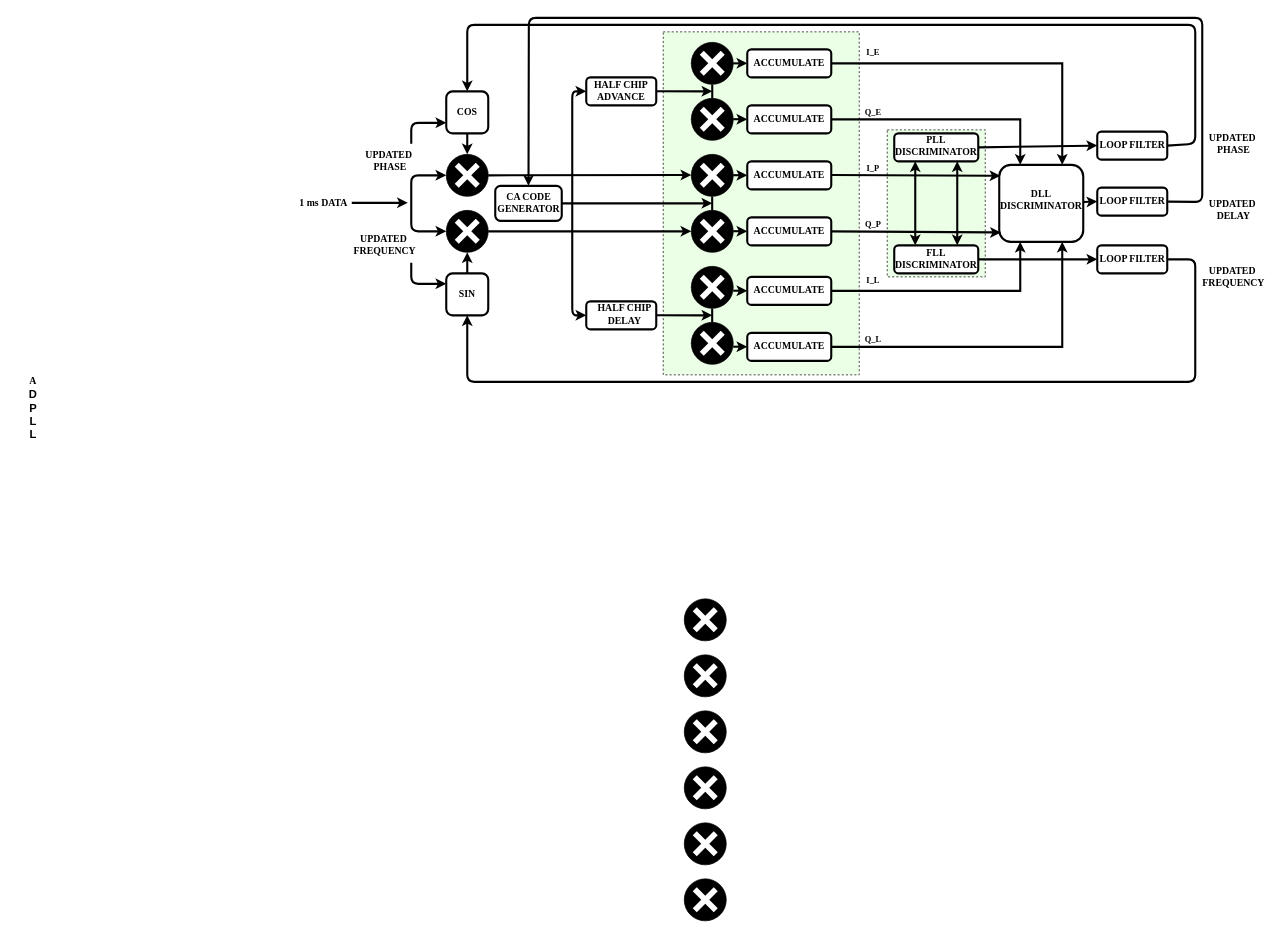
The draw.io diagram Tracking_System_Modified.drawio in Manikanta-IITB/MTP_RnD_Figures, before the edit. Source tidied: cells renumbered, new cells numbered last; positions are measured from the earlier drawing's top-left corner, leaving out a move shared by most shapes. Both pictures are drawn from the tidied source at 70%, with x=0, y=0 at pixel (12, 18).
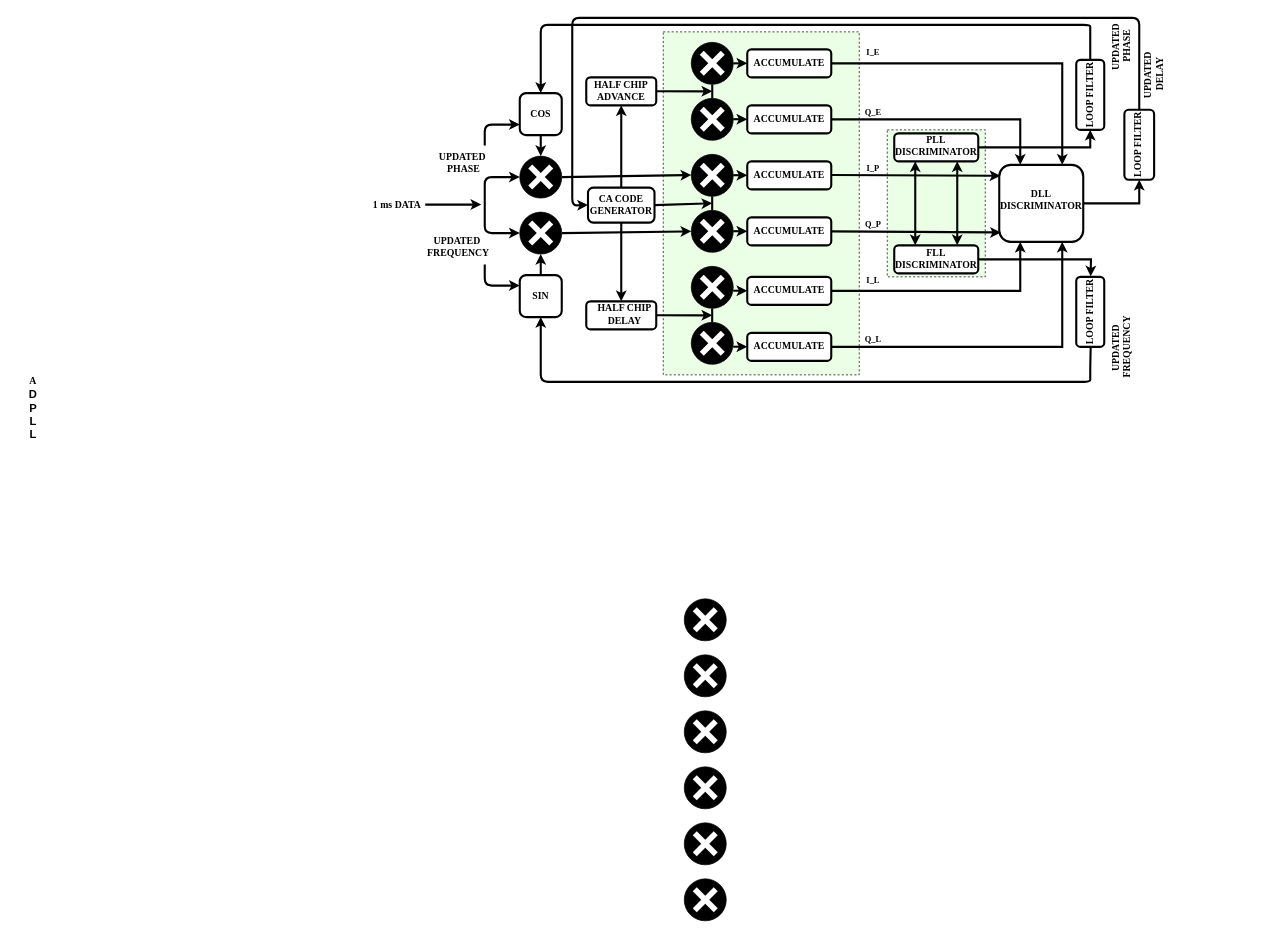
The same page after the edit.

Unchanged cells that the change refers to:
```xml
<mxCell id="4" style="rounded=1;whiteSpace=wrap;html=1;strokeWidth=3;" parent="1" vertex="1">
  <mxGeometry x="820" y="85" width="100" height="40" as="geometry" />
</mxCell>
<mxCell id="15" style="rounded=1;whiteSpace=wrap;html=1;strokeWidth=3;" parent="1" vertex="1">
  <mxGeometry x="1260" y="165" width="120" height="40" as="geometry" />
</mxCell>
<mxCell id="17" style="rounded=1;whiteSpace=wrap;html=1;strokeWidth=3;" parent="1" vertex="1">
  <mxGeometry x="1410" y="210" width="120" height="110" as="geometry" />
</mxCell>
<mxCell id="109" style="rounded=1;whiteSpace=wrap;html=1;strokeWidth=3;" parent="1" vertex="1">
  <mxGeometry x="820" y="405" width="100" height="40" as="geometry" />
</mxCell>
```

Diff of the diagram source:
```diff
@@
     <mxCell id="5" style="rounded=1;whiteSpace=wrap;html=1;strokeWidth=3;" parent="1" vertex="1">
-      <mxGeometry x="690" y="240" width="95" height="50" as="geometry" />
+      <mxGeometry x="822.5" y="242.5" width="95" height="50" as="geometry" />
     </mxCell>
     <mxCell id="6" style="ellipse;whiteSpace=wrap;html=1;fillColor=#000000;" parent="1" vertex="1">
-      <mxGeometry x="620" y="195" width="60" height="60" as="geometry" />
+      <mxGeometry x="725" y="197.5" width="60" height="60" as="geometry" />
     </mxCell>
     <mxCell id="7" style="endArrow=none;html=1;rounded=0;strokeColor=#FFFFFF;strokeWidth=8;" parent="1" edge="1">
       <mxGeometry relative="1" as="geometry">
-        <mxPoint x="635" y="210" as="sourcePoint" />
-        <mxPoint x="665" y="240" as="targetPoint" />
+        <mxPoint x="740" y="212.5" as="sourcePoint" />
+        <mxPoint x="770" y="242.5" as="targetPoint" />
       </mxGeometry>
     </mxCell>
     <mxCell id="8" style="endArrow=none;html=1;rounded=0;strokeColor=#FFFFFF;strokeWidth=8;" parent="1" edge="1">
       <mxGeometry relative="1" as="geometry">
-        <mxPoint x="635" y="240" as="sourcePoint" />
-        <mxPoint x="665" y="210" as="targetPoint" />
+        <mxPoint x="740" y="242.5" as="sourcePoint" />
+        <mxPoint x="770" y="212.5" as="targetPoint" />
       </mxGeometry>
     </mxCell>
     <mxCell id="9" style="ellipse;whiteSpace=wrap;html=1;fillColor=#000000;" parent="1" vertex="1">
-      <mxGeometry x="620" y="275" width="60" height="60" as="geometry" />
+      <mxGeometry x="725" y="277.5" width="60" height="60" as="geometry" />
     </mxCell>
     <mxCell id="10" style="endArrow=none;html=1;rounded=0;strokeColor=#FFFFFF;strokeWidth=8;" parent="1" edge="1">
       <mxGeometry relative="1" as="geometry">
-        <mxPoint x="635" y="290" as="sourcePoint" />
-        <mxPoint x="665" y="320" as="targetPoint" />
+        <mxPoint x="740" y="292.5" as="sourcePoint" />
+        <mxPoint x="770" y="322.5" as="targetPoint" />
       </mxGeometry>
     </mxCell>
     <mxCell id="11" style="endArrow=none;html=1;rounded=0;strokeColor=#FFFFFF;strokeWidth=8;" parent="1" edge="1">
       <mxGeometry relative="1" as="geometry">
-        <mxPoint x="635" y="320" as="sourcePoint" />
-        <mxPoint x="665" y="290" as="targetPoint" />
+        <mxPoint x="740" y="322.5" as="sourcePoint" />
+        <mxPoint x="770" y="292.5" as="targetPoint" />
       </mxGeometry>
     </mxCell>
     <mxCell id="12" style="rounded=1;whiteSpace=wrap;html=1;strokeWidth=3;" parent="1" vertex="1">
-      <mxGeometry x="620" y="105" width="60" height="60" as="geometry" />
+      <mxGeometry x="725" y="107.5" width="60" height="60" as="geometry" />
     </mxCell>
     <mxCell id="13" style="rounded=1;whiteSpace=wrap;html=1;strokeWidth=3;" parent="1" vertex="1">
-      <mxGeometry x="620" y="365" width="60" height="60" as="geometry" />
+      <mxGeometry x="725" y="367.5" width="60" height="60" as="geometry" />
     </mxCell>
@@
-    <mxCell id="18" style="rounded=1;whiteSpace=wrap;html=1;strokeWidth=3;" parent="1" vertex="1">
-      <mxGeometry x="1550" y="162.5" width="100" height="40" as="geometry" />
+    <mxCell id="18" style="rounded=1;whiteSpace=wrap;html=1;strokeWidth=3;rotation=-90;" parent="1" vertex="1">
+      <mxGeometry x="1490" y="90" width="100" height="40" as="geometry" />
     </mxCell>
     <mxCell id="19" style="endArrow=classic;startArrow=classic;html=1;rounded=1;exitX=0;exitY=0.5;exitDx=0;exitDy=0;entryX=0;entryY=0.5;entryDx=0;entryDy=0;strokeWidth=3;curved=0;" parent="1" edge="1" source="9" target="6">
       <mxGeometry relative="1" as="geometry">
         <Array as="points">
-          <mxPoint x="570" y="305" />
-          <mxPoint x="570" y="225" />
+          <mxPoint x="675" y="307.5" />
+          <mxPoint x="675" y="227.5" />
         </Array>
       </mxGeometry>
     </mxCell>
     <mxCell id="20" style="endArrow=classic;html=1;rounded=0;strokeWidth=3;" parent="1" edge="1">
       <mxGeometry relative="1" as="geometry">
-        <mxPoint x="485" y="264.3" as="sourcePoint" />
-        <mxPoint x="565" y="264.3" as="targetPoint" />
+        <mxPoint x="590" y="266.8" as="sourcePoint" />
+        <mxPoint x="670" y="266.8" as="targetPoint" />
       </mxGeometry>
     </mxCell>
     <mxCell id="21" style="endArrow=classic;html=1;rounded=1;entryX=0;entryY=0.75;entryDx=0;entryDy=0;strokeWidth=3;strokeColor=default;curved=0;" parent="1" edge="1" target="12">
       <mxGeometry relative="1" as="geometry">
-        <mxPoint x="570" y="180" as="sourcePoint" />
+        <mxPoint x="675" y="182.5" as="sourcePoint" />
         <Array as="points">
-          <mxPoint x="570" y="150" />
+          <mxPoint x="675" y="152.5" />
         </Array>
       </mxGeometry>
     </mxCell>
     <mxCell id="22" style="endArrow=classic;html=1;rounded=1;entryX=0;entryY=0.25;entryDx=0;entryDy=0;strokeWidth=3;curved=0;" parent="1" edge="1" target="13">
       <mxGeometry relative="1" as="geometry">
-        <mxPoint x="570" y="350" as="sourcePoint" />
+        <mxPoint x="675" y="352.5" as="sourcePoint" />
         <Array as="points">
-          <mxPoint x="570" y="380" />
+          <mxPoint x="675" y="382.5" />
         </Array>
       </mxGeometry>
     </mxCell>
@@
     <mxCell id="32" style="endArrow=classic;html=1;rounded=0;exitX=1;exitY=0.5;exitDx=0;exitDy=0;entryX=0;entryY=0.5;entryDx=0;entryDy=0;strokeWidth=3;" parent="1" edge="1" source="15" target="18">
-      <mxGeometry relative="1" as="geometry" />
+      <mxGeometry relative="1" as="geometry">
+        <Array as="points">
+          <mxPoint x="1540" y="185" />
+        </Array>
+      </mxGeometry>
     </mxCell>
-    <mxCell id="33" style="endArrow=classic;html=1;rounded=0;exitX=1;exitY=0.5;exitDx=0;exitDy=0;entryX=0;entryY=0.5;entryDx=0;entryDy=0;strokeWidth=3;" parent="1" edge="1" target="115">
+    <mxCell id="33" style="endArrow=classic;html=1;rounded=0;exitX=1;exitY=0.5;exitDx=0;exitDy=0;strokeWidth=3;entryX=1;entryY=0.5;entryDx=0;entryDy=0;" parent="1" edge="1" target="115">
       <mxGeometry relative="1" as="geometry">
         <mxPoint x="1380" y="345" as="sourcePoint" />
+        <Array as="points">
+          <mxPoint x="1541" y="345" />
+        </Array>
       </mxGeometry>
     </mxCell>
-    <mxCell id="34" style="endArrow=classic;html=1;rounded=0;entryX=0;entryY=0.5;entryDx=0;entryDy=0;strokeWidth=3;" parent="1" edge="1" source="17" target="113">
-      <mxGeometry relative="1" as="geometry" />
+    <mxCell id="34" style="endArrow=classic;html=1;rounded=0;entryX=0;entryY=0.5;entryDx=0;entryDy=0;strokeWidth=3;exitX=1;exitY=0.5;exitDx=0;exitDy=0;" parent="1" edge="1" source="17" target="112">
+      <mxGeometry relative="1" as="geometry">
+        <Array as="points">
+          <mxPoint x="1610" y="265" />
+        </Array>
+      </mxGeometry>
     </mxCell>
     <mxCell id="35" style="endArrow=classic;html=1;rounded=1;exitX=1;exitY=0.5;exitDx=0;exitDy=0;entryX=0.5;entryY=0;entryDx=0;entryDy=0;strokeWidth=3;curved=0;" parent="1" edge="1" source="18" target="12">
       <mxGeometry relative="1" as="geometry">
         <Array as="points">
-          <mxPoint x="1690" y="180" />
-          <mxPoint x="1690" y="10" />
+          <mxPoint x="1540" y="20" />
+          <mxPoint x="1540" y="10" />
           <mxPoint x="1240" y="10" />
-          <mxPoint x="650" y="10" />
-          <mxPoint x="650" y="50" />
+          <mxPoint x="755" y="10" />
+          <mxPoint x="755" y="50" />
         </Array>
       </mxGeometry>
     </mxCell>
-    <mxCell id="36" style="endArrow=classic;html=1;rounded=1;entryX=0.5;entryY=1;entryDx=0;entryDy=0;exitX=1;exitY=0.5;exitDx=0;exitDy=0;strokeWidth=3;curved=0;" parent="1" edge="1" source="115" target="13">
+    <mxCell id="36" style="endArrow=classic;html=1;rounded=1;entryX=0.5;entryY=1;entryDx=0;entryDy=0;strokeWidth=3;curved=0;exitX=0;exitY=0.5;exitDx=0;exitDy=0;" parent="1" edge="1" source="115" target="13">
       <mxGeometry relative="1" as="geometry">
         <Array as="points">
-          <mxPoint x="1690" y="345" />
-          <mxPoint x="1690" y="520" />
+          <mxPoint x="1540" y="500" />
+          <mxPoint x="1540" y="510" />
+          <mxPoint x="1540" y="520" />
           <mxPoint x="1240" y="520" />
-          <mxPoint x="650" y="520" />
-          <mxPoint x="650" y="470" />
+          <mxPoint x="755" y="520" />
+          <mxPoint x="755" y="470" />
         </Array>
       </mxGeometry>
     </mxCell>
-    <mxCell id="37" style="endArrow=classic;html=1;rounded=1;entryX=0.5;entryY=0;entryDx=0;entryDy=0;exitX=1;exitY=0.5;exitDx=0;exitDy=0;strokeWidth=3;curved=0;" parent="1" edge="1" source="113" target="5">
+    <mxCell id="37" style="endArrow=classic;html=1;rounded=1;exitX=1;exitY=0.5;exitDx=0;exitDy=0;strokeWidth=3;curved=0;entryX=0;entryY=0.5;entryDx=0;entryDy=0;" parent="1" edge="1" source="112" target="5">
       <mxGeometry relative="1" as="geometry">
         <Array as="points">
-          <mxPoint x="1700" y="263" />
-          <mxPoint x="1700" />
+          <mxPoint x="1610" />
           <mxPoint x="1220" />
-          <mxPoint x="738" />
+          <mxPoint x="800" />
+          <mxPoint x="800" y="268" />
         </Array>
       </mxGeometry>
     </mxCell>
-    <mxCell id="38" style="endArrow=classic;startArrow=classic;html=1;rounded=1;exitX=0;exitY=0.5;exitDx=0;exitDy=0;strokeWidth=3;curved=0;" parent="1" edge="1" source="109">
-      <mxGeometry relative="1" as="geometry">
-        <mxPoint x="820" y="105" as="targetPoint" />
-        <Array as="points">
-          <mxPoint x="800" y="425" />
-          <mxPoint x="800" y="105" />
-        </Array>
-      </mxGeometry>
-    </mxCell>
@@
     <mxCell id="41" value="&lt;font style=&quot;font-size: 14px;&quot; face=&quot;Times New Roman&quot;&gt;&lt;b&gt;COS&lt;/b&gt;&lt;/font&gt;" style="text;html=1;align=center;verticalAlign=middle;whiteSpace=wrap;rounded=0;" parent="1" vertex="1">
-      <mxGeometry x="620" y="120" width="60" height="30" as="geometry" />
+      <mxGeometry x="725" y="122.5" width="60" height="30" as="geometry" />
     </mxCell>
     <mxCell id="42" value="&lt;font style=&quot;font-size: 14px;&quot; face=&quot;Times New Roman&quot;&gt;&lt;b&gt;SIN&lt;/b&gt;&lt;/font&gt;" style="text;html=1;align=center;verticalAlign=middle;whiteSpace=wrap;rounded=0;" parent="1" vertex="1">
-      <mxGeometry x="620" y="380" width="60" height="30" as="geometry" />
+      <mxGeometry x="725" y="382.5" width="60" height="30" as="geometry" />
     </mxCell>
     <mxCell id="43" value="&lt;div&gt;&lt;b&gt;&lt;font style=&quot;font-size: 14px;&quot; face=&quot;Times New Roman&quot;&gt;CA CODE&lt;/font&gt;&lt;/b&gt;&lt;/div&gt;&lt;div&gt;&lt;b&gt;&lt;font style=&quot;font-size: 14px;&quot; face=&quot;Times New Roman&quot;&gt;GENERATOR&lt;/font&gt;&lt;font face=&quot;9OAc3o7K2-tYkBuDYFM8&quot;&gt;&lt;br&gt;&lt;/font&gt;&lt;/b&gt; &lt;/div&gt;" style="text;html=1;align=center;verticalAlign=middle;whiteSpace=wrap;rounded=0;" parent="1" vertex="1">
-      <mxGeometry x="692.5" y="247.5" width="90" height="35" as="geometry" />
+      <mxGeometry x="825" y="250" width="90" height="35" as="geometry" />
     </mxCell>
@@
-    <mxCell id="50" value="&lt;font style=&quot;font-size: 14px;&quot; face=&quot;Times New Roman&quot;&gt;&lt;b&gt;LOOP FILTER&lt;/b&gt;&lt;/font&gt;" style="text;html=1;align=center;verticalAlign=middle;whiteSpace=wrap;rounded=0;" parent="1" vertex="1">
-      <mxGeometry x="1550" y="167.5" width="101.2" height="30" as="geometry" />
+    <mxCell id="50" value="&lt;font style=&quot;font-size: 14px;&quot; face=&quot;Times New Roman&quot;&gt;&lt;b&gt;LOOP FILTER&lt;/b&gt;&lt;/font&gt;" style="text;html=1;align=center;verticalAlign=middle;whiteSpace=wrap;rounded=0;rotation=-90;" parent="1" vertex="1">
+      <mxGeometry x="1490" y="95" width="101.2" height="30" as="geometry" />
     </mxCell>
     <mxCell id="51" value="&lt;font style=&quot;font-size: 14px;&quot; face=&quot;Times New Roman&quot;&gt;&lt;b&gt;UPDATED&amp;nbsp;&lt;/b&gt;&lt;/font&gt;&lt;div&gt;&lt;font style=&quot;font-size: 14px;&quot; face=&quot;Times New Roman&quot;&gt;&lt;b&gt;PHASE&lt;/b&gt;&lt;/font&gt;&lt;/div&gt;" style="text;html=1;align=center;verticalAlign=middle;whiteSpace=wrap;rounded=0;" parent="1" vertex="1">
-      <mxGeometry x="500" y="190" width="80" height="30" as="geometry" />
+      <mxGeometry x="605" y="192.5" width="80" height="30" as="geometry" />
     </mxCell>
     <mxCell id="52" value="&lt;font style=&quot;font-size: 14px;&quot; face=&quot;Times New Roman&quot;&gt;&lt;b&gt;UPDATED&amp;nbsp;&lt;/b&gt;&lt;/font&gt;&lt;div&gt;&lt;font style=&quot;font-size: 14px;&quot; face=&quot;Times New Roman&quot;&gt;&lt;b&gt;FREQUENCY&lt;br&gt;&lt;/b&gt;&lt;/font&gt;&lt;/div&gt;" style="text;html=1;align=center;verticalAlign=middle;whiteSpace=wrap;rounded=0;" parent="1" vertex="1">
-      <mxGeometry x="485" y="310" width="95" height="30" as="geometry" />
+      <mxGeometry x="590" y="312.5" width="95" height="30" as="geometry" />
     </mxCell>
-    <mxCell id="53" value="&lt;font style=&quot;font-size: 14px;&quot; face=&quot;Times New Roman&quot;&gt;&lt;b&gt;UPDATED&amp;nbsp;&lt;/b&gt;&lt;/font&gt;&lt;div&gt;&lt;font style=&quot;font-size: 14px;&quot; face=&quot;Times New Roman&quot;&gt;&lt;b&gt;PHASE&lt;/b&gt;&lt;/font&gt;&lt;/div&gt;" style="text;html=1;align=center;verticalAlign=middle;whiteSpace=wrap;rounded=0;" parent="1" vertex="1">
-      <mxGeometry x="1710" y="165" width="70" height="30" as="geometry" />
+    <mxCell id="53" value="&lt;font style=&quot;font-size: 14px;&quot; face=&quot;Times New Roman&quot;&gt;&lt;b&gt;UPDATED&amp;nbsp;&lt;/b&gt;&lt;/font&gt;&lt;div&gt;&lt;font style=&quot;font-size: 14px;&quot; face=&quot;Times New Roman&quot;&gt;&lt;b&gt;PHASE&lt;/b&gt;&lt;/font&gt;&lt;/div&gt;" style="text;html=1;align=center;verticalAlign=middle;whiteSpace=wrap;rounded=0;rotation=-90;" parent="1" vertex="1">
+      <mxGeometry x="1550" y="25" width="70" height="30" as="geometry" />
     </mxCell>
-    <mxCell id="54" value="&lt;font style=&quot;font-size: 14px;&quot; face=&quot;Times New Roman&quot;&gt;&lt;b&gt;UPDATED&amp;nbsp;&lt;/b&gt;&lt;/font&gt;&lt;div&gt;&lt;font style=&quot;font-size: 14px;&quot; face=&quot;Times New Roman&quot;&gt;&lt;b&gt;FREQUENCY&lt;br&gt;&lt;/b&gt;&lt;/font&gt;&lt;/div&gt;" style="text;html=1;align=center;verticalAlign=middle;whiteSpace=wrap;rounded=0;" parent="1" vertex="1">
-      <mxGeometry x="1695" y="355" width="100" height="30" as="geometry" />
+    <mxCell id="54" value="&lt;font style=&quot;font-size: 14px;&quot; face=&quot;Times New Roman&quot;&gt;&lt;b&gt;UPDATED&amp;nbsp;&lt;/b&gt;&lt;/font&gt;&lt;div&gt;&lt;font style=&quot;font-size: 14px;&quot; face=&quot;Times New Roman&quot;&gt;&lt;b&gt;FREQUENCY&lt;br&gt;&lt;/b&gt;&lt;/font&gt;&lt;/div&gt;" style="text;html=1;align=center;verticalAlign=middle;whiteSpace=wrap;rounded=0;rotation=-90;" parent="1" vertex="1">
+      <mxGeometry x="1535" y="455" width="100" height="30" as="geometry" />
     </mxCell>
-    <mxCell id="55" value="&lt;font style=&quot;font-size: 14px;&quot; face=&quot;Times New Roman&quot;&gt;&lt;b&gt;UPDATED&amp;nbsp;&lt;/b&gt;&lt;/font&gt;&lt;div&gt;&lt;font style=&quot;font-size: 14px;&quot; face=&quot;Times New Roman&quot;&gt;&lt;b&gt;DELAY&lt;br&gt;&lt;/b&gt;&lt;/font&gt;&lt;/div&gt;" style="text;html=1;align=center;verticalAlign=middle;whiteSpace=wrap;rounded=0;" parent="1" vertex="1">
-      <mxGeometry x="1705" y="260" width="80" height="30" as="geometry" />
+    <mxCell id="55" value="&lt;font style=&quot;font-size: 14px;&quot; face=&quot;Times New Roman&quot;&gt;&lt;b&gt;UPDATED&amp;nbsp;&lt;/b&gt;&lt;/font&gt;&lt;div&gt;&lt;font style=&quot;font-size: 14px;&quot; face=&quot;Times New Roman&quot;&gt;&lt;b&gt;DELAY&lt;br&gt;&lt;/b&gt;&lt;/font&gt;&lt;/div&gt;" style="text;html=1;align=center;verticalAlign=middle;whiteSpace=wrap;rounded=0;rotation=-90;" parent="1" vertex="1">
+      <mxGeometry x="1591.2" y="65" width="80" height="30" as="geometry" />
     </mxCell>
     <mxCell id="56" value="&lt;font style=&quot;font-size: 14px;&quot; face=&quot;Times New Roman&quot;&gt;&lt;b&gt;1 ms DATA&lt;/b&gt;&lt;/font&gt;" style="text;html=1;align=center;verticalAlign=middle;whiteSpace=wrap;rounded=0;" parent="1" vertex="1">
-      <mxGeometry x="405" y="250" width="80" height="30" as="geometry" />
+      <mxGeometry x="510" y="252.5" width="80" height="30" as="geometry" />
     </mxCell>
@@
-    <mxCell id="112" style="rounded=1;whiteSpace=wrap;html=1;strokeWidth=3;" parent="1" vertex="1">
-      <mxGeometry x="1550" y="242.5" width="100" height="40" as="geometry" />
+    <mxCell id="112" style="rounded=1;whiteSpace=wrap;html=1;strokeWidth=3;rotation=-90;" parent="1" vertex="1">
+      <mxGeometry x="1560" y="160" width="100" height="42.5" as="geometry" />
     </mxCell>
-    <mxCell id="113" value="&lt;font style=&quot;font-size: 14px;&quot; face=&quot;Times New Roman&quot;&gt;&lt;b&gt;LOOP FILTER&lt;/b&gt;&lt;/font&gt;" style="text;html=1;align=center;verticalAlign=middle;whiteSpace=wrap;rounded=0;" parent="1" vertex="1">
-      <mxGeometry x="1550" y="247.5" width="101.2" height="30" as="geometry" />
+    <mxCell id="113" value="&lt;font style=&quot;font-size: 14px;&quot; face=&quot;Times New Roman&quot;&gt;&lt;b&gt;LOOP FILTER&lt;/b&gt;&lt;/font&gt;" style="text;html=1;align=center;verticalAlign=middle;whiteSpace=wrap;rounded=0;rotation=-90;" parent="1" vertex="1">
+      <mxGeometry x="1558.8" y="166.2" width="101.2" height="30" as="geometry" />
     </mxCell>
-    <mxCell id="114" style="rounded=1;whiteSpace=wrap;html=1;strokeWidth=3;" parent="1" vertex="1">
-      <mxGeometry x="1550" y="325" width="100" height="40" as="geometry" />
+    <mxCell id="114" style="rounded=1;whiteSpace=wrap;html=1;strokeWidth=3;rotation=90;" parent="1" vertex="1">
+      <mxGeometry x="1490" y="400" width="100" height="40" as="geometry" />
     </mxCell>
-    <mxCell id="115" value="&lt;font style=&quot;font-size: 14px;&quot; face=&quot;Times New Roman&quot;&gt;&lt;b&gt;LOOP FILTER&lt;/b&gt;&lt;/font&gt;" style="text;html=1;align=center;verticalAlign=middle;whiteSpace=wrap;rounded=0;" parent="1" vertex="1">
-      <mxGeometry x="1550" y="330" width="101.2" height="30" as="geometry" />
+    <mxCell id="115" value="&lt;font style=&quot;font-size: 14px;&quot; face=&quot;Times New Roman&quot;&gt;&lt;b&gt;LOOP FILTER&lt;/b&gt;&lt;/font&gt;" style="text;html=1;align=center;verticalAlign=middle;whiteSpace=wrap;rounded=0;rotation=-90;" parent="1" vertex="1">
+      <mxGeometry x="1490" y="405" width="101.2" height="30" as="geometry" />
     </mxCell>
@@
+    <mxCell id="128" style="endArrow=classic;html=1;rounded=0;entryX=0.5;entryY=1;entryDx=0;entryDy=0;exitX=0.5;exitY=0;exitDx=0;exitDy=0;strokeWidth=3;" parent="1" edge="1" source="5" target="4">
+      <mxGeometry relative="1" as="geometry" />
+    </mxCell>
+    <mxCell id="129" style="endArrow=classic;html=1;rounded=0;entryX=0.5;entryY=0;entryDx=0;entryDy=0;exitX=0.5;exitY=1;exitDx=0;exitDy=0;strokeWidth=3;" parent="1" edge="1" source="5" target="109">
+      <mxGeometry relative="1" as="geometry" />
+    </mxCell>
```
